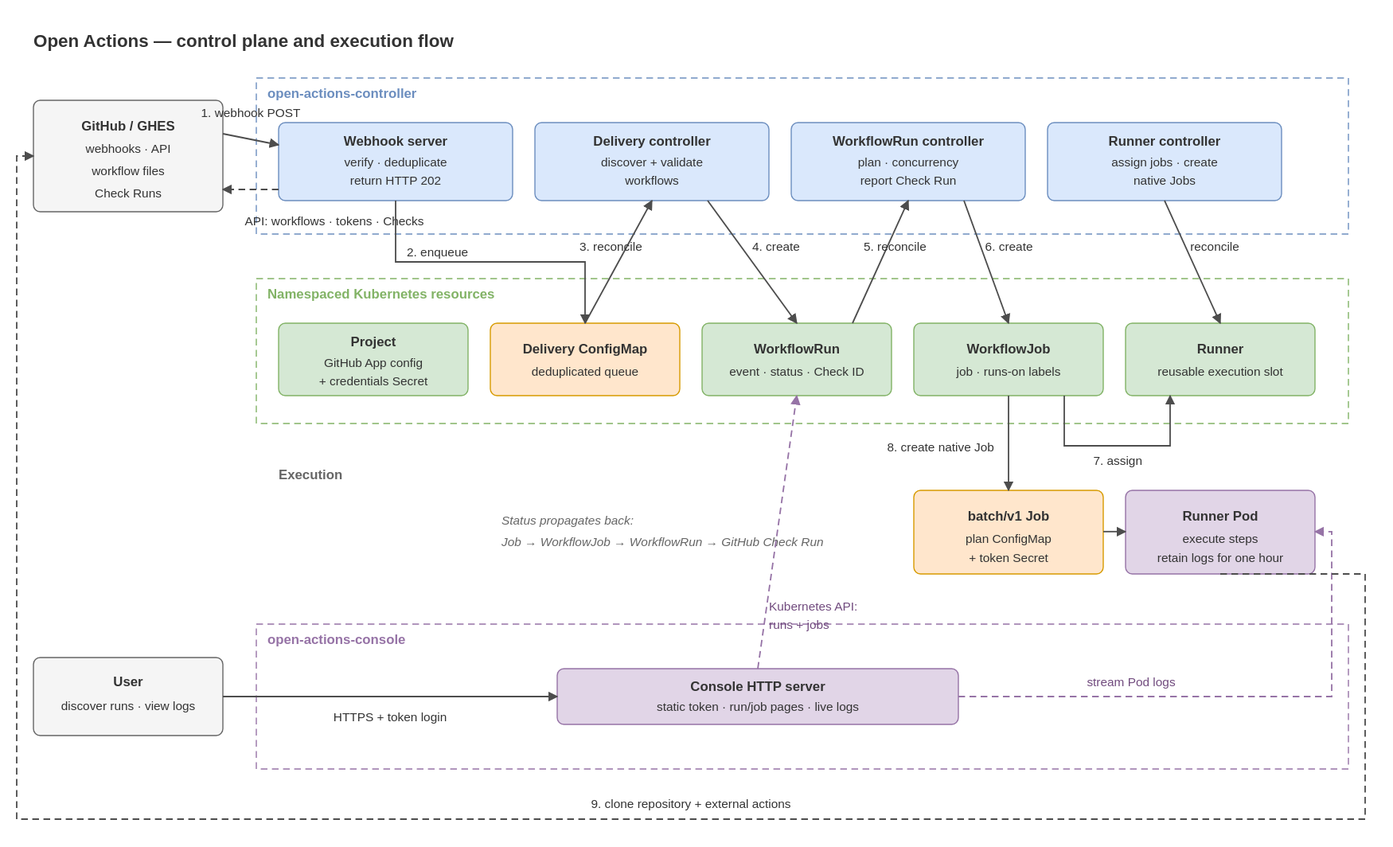
The draw.io diagram docs/architecture.drawio.svg in kelos-dev/open-actions, before a commit. Source tidied: cells renumbered, new cells last; positions are measured from the earlier drawing's top-left corner, leaving out a move shared by most shapes.
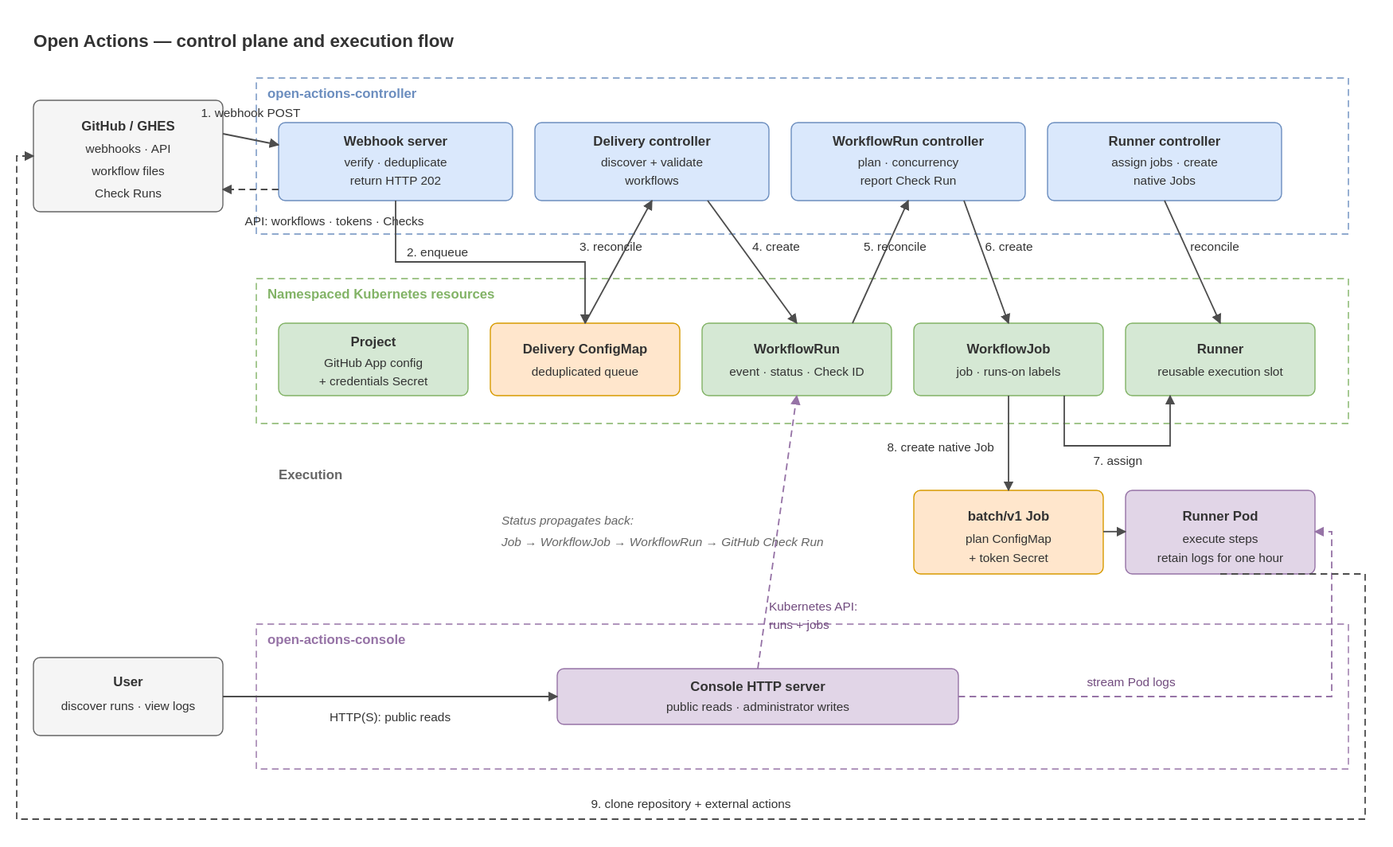
The same file after the commit.

Commit message:
Allow unauthenticated Console reads

Change to the diagram source:
```diff
@@ -32,7 +32,7 @@
     <mxCell id="11" value="&lt;b&gt;Runner controller&lt;/b&gt;&lt;br&gt;assign jobs · create&lt;br&gt;native Jobs" style="rounded=1;whiteSpace=wrap;html=1;fillColor=#DAE8FC;strokeColor=#6C8EBF;fontColor=#333333;fontSize=11;" parent="1" vertex="1">
       <mxGeometry x="910" y="90" width="210" height="70" as="geometry" />
     </mxCell>
-    <mxCell id="12" value="&lt;b&gt;Console HTTP server&lt;/b&gt;&lt;br&gt;static token · run/job pages · live logs" style="rounded=1;whiteSpace=wrap;html=1;fillColor=#E1D5E7;strokeColor=#9673A6;fontColor=#333333;fontSize=11;" parent="1" vertex="1">
+    <mxCell id="12" value="&lt;b&gt;Console HTTP server&lt;/b&gt;&lt;br&gt;public reads · administrator writes" style="rounded=1;whiteSpace=wrap;html=1;fillColor=#E1D5E7;strokeColor=#9673A6;fontColor=#333333;fontSize=11;" parent="1" vertex="1">
       <mxGeometry x="470" y="580" width="360" height="50" as="geometry" />
     </mxCell>
     <mxCell id="13" value="&lt;b&gt;Project&lt;/b&gt;&lt;br&gt;GitHub App config&lt;br&gt;+ credentials Secret" style="rounded=1;whiteSpace=wrap;html=1;fillColor=#D5E8D4;strokeColor=#82B366;fontColor=#333333;fontSize=11;" parent="1" vertex="1">
@@ -62,7 +62,7 @@
     <mxCell id="21" value="API: workflows · tokens · Checks" style="edgeStyle=orthogonalEdgeStyle;html=1;dashed=1;strokeColor=#4D4D4D;fontColor=#333333;fontSize=11;" parent="1" edge="1" source="10" target="6">
       <mxGeometry relative="1" as="geometry" />
     </mxCell>
-    <mxCell id="22" value="HTTPS + token login" style="edgeStyle=orthogonalEdgeStyle;html=1;strokeColor=#4D4D4D;fontColor=#333333;fontSize=11;" parent="1" edge="1" source="7" target="12">
+    <mxCell id="22" value="HTTP(S): public reads" style="edgeStyle=orthogonalEdgeStyle;html=1;strokeColor=#4D4D4D;fontColor=#333333;fontSize=11;" parent="1" edge="1" source="7" target="12">
       <mxGeometry relative="1" as="geometry" />
     </mxCell>
     <mxCell id="23" value="Kubernetes API: runs + jobs" style="edgeStyle=orthogonalEdgeStyle;html=1;dashed=1;strokeColor=#9673A6;fontColor=#333333;fontSize=11;" parent="1" edge="1" source="12" target="15">
```
